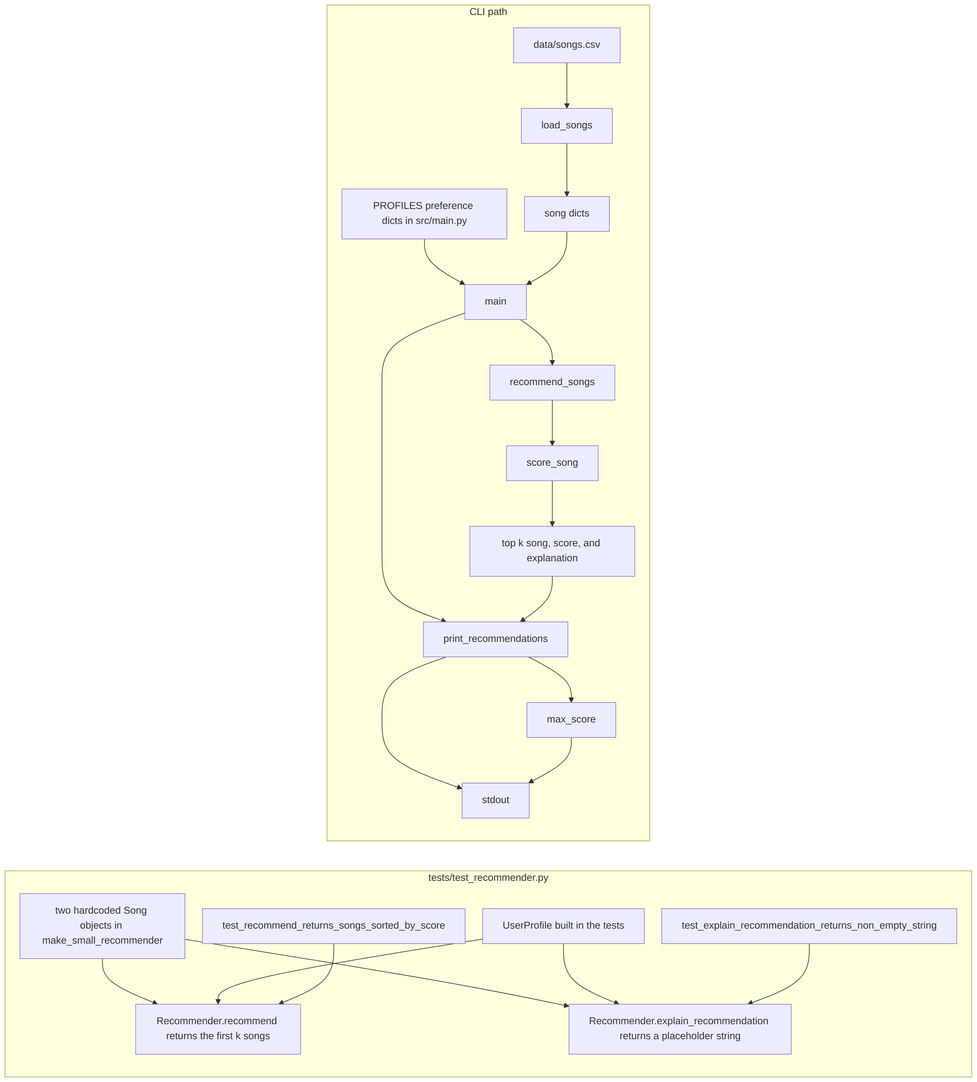
Before: assets/architecture.png, a diagram exported from Mermaid (ThePurpleClub/applied-ai-system-project). Its source is kept beside it as diagrams/architecture.mmd. Its diagram source:
```mermaid
%%{init: {"flowchart": {"rankSpacing": 48, "nodeSpacing": 28, "padding": 16}}}%%
flowchart TD
    subgraph cli ["CLI path"]
        direction TB
        csv["data/songs.csv"] --> loadSongs["load_songs"]
        loadSongs --> songDicts["song dicts"]
        profiles["PROFILES preference dicts in src/main.py"] --> main["main"]
        songDicts --> main
        main --> recommend["recommend_songs"]
        recommend --> score["score_song"]
        score --> topk["top k song, score, and explanation"]
        main --> printer["print_recommendations"]
        topk --> printer
        printer --> maxScore["max_score"]
        printer --> stdout["stdout"]
        maxScore --> stdout
    end

    subgraph checks ["tests/test_recommender.py"]
        direction TB
        fixtures["two hardcoded Song objects in make_small_recommender"] --> recommendMethod["Recommender.recommend returns the first k songs"]
        userProfile["UserProfile built in the tests"] --> recommendMethod
        rankTest["test_recommend_returns_songs_sorted_by_score"] --> recommendMethod
        fixtures --> explainMethod["Recommender.explain_recommendation returns a placeholder string"]
        userProfile --> explainMethod
        explainTest["test_explain_recommendation_returns_non_empty_string"] --> explainMethod
    end

    cli ~~~ checks
```
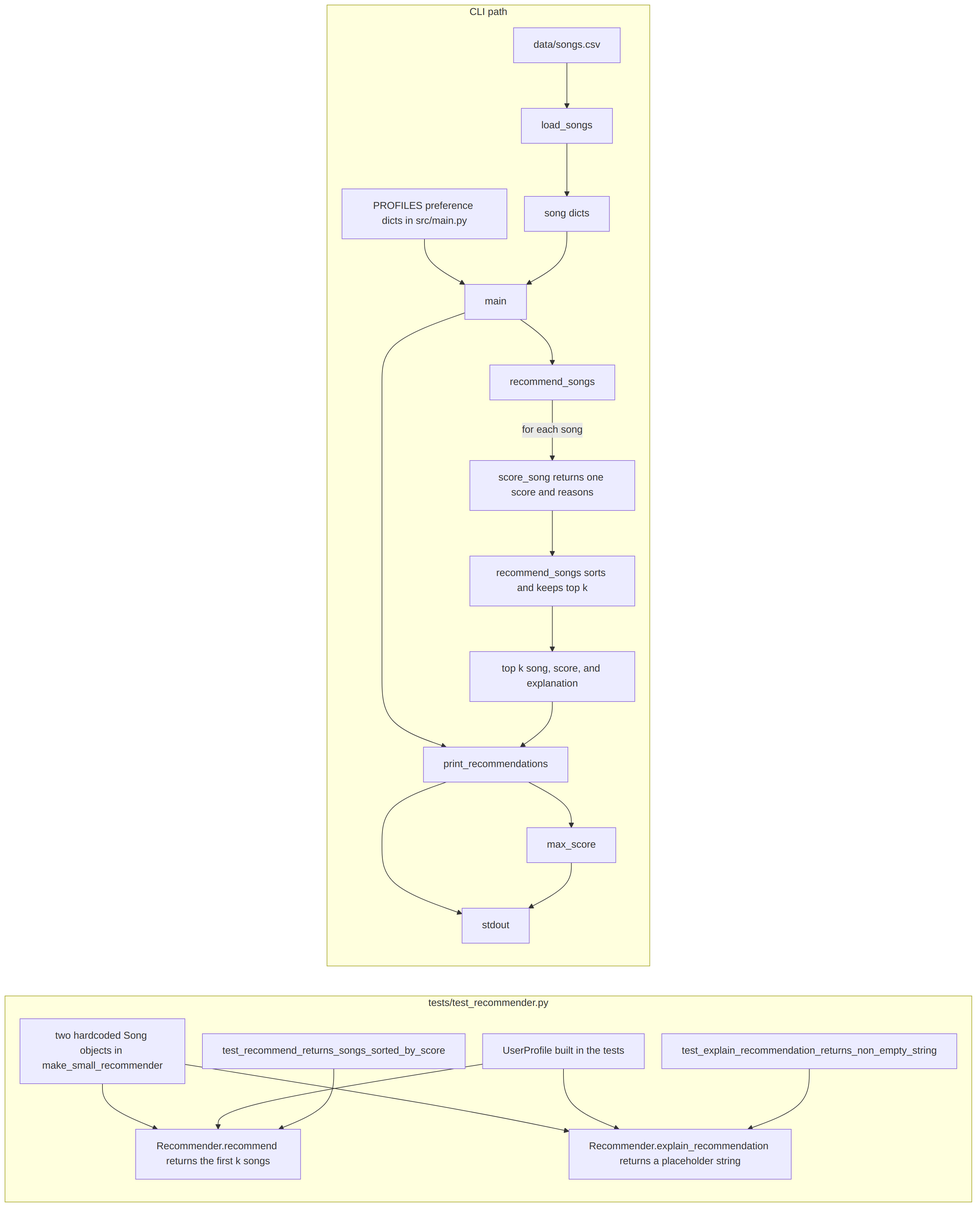
The same diagram one commit later.

Commit message:
Show top-k selection inside recommend_songs.

score_song only returns one song's score and reasons. recommend_songs sorts those scores and keeps the top k.

What changed in the source:
```diff
@@ -7,8 +7,9 @@
         profiles["PROFILES preference dicts in src/main.py"] --> main["main"]
         songDicts --> main
         main --> recommend["recommend_songs"]
-        recommend --> score["score_song"]
-        score --> topk["top k song, score, and explanation"]
+        recommend -->|"for each song"| score["score_song returns one score and reasons"]
+        score --> rankStep["recommend_songs sorts and keeps top k"]
+        rankStep --> topk["top k song, score, and explanation"]
         main --> printer["print_recommendations"]
         topk --> printer
         printer --> maxScore["max_score"]
```
